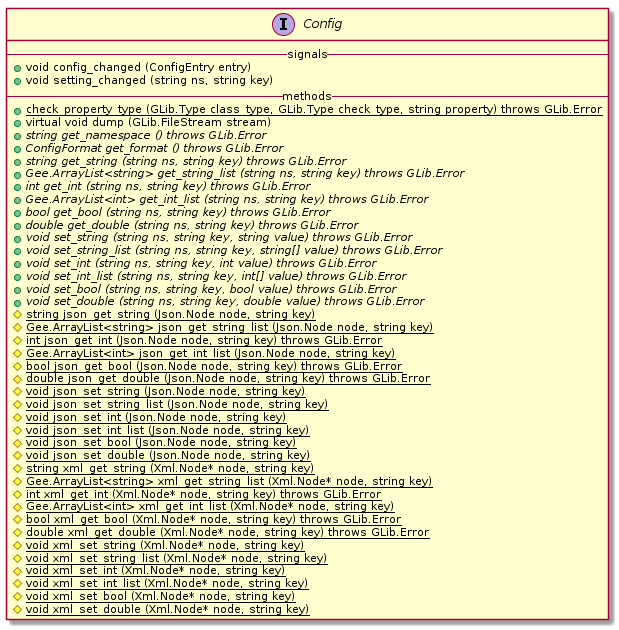
The PlantUML diagram report/figures/design/class/core/config.png in geoffjay/comp8506-docs, before a commit. The source it was exported from:
```plantuml
@startuml
interface Config {
    -- signals --
    +void config_changed (ConfigEntry entry)
    +void setting_changed (string ns, string key)
    -- methods --
    +{static} check_property_type (GLib.Type class_type, GLib.Type check_type, string property) throws GLib.Error
    +virtual void dump (GLib.FileStream stream)
    +{abstract} string get_namespace () throws GLib.Error
    +{abstract} ConfigFormat get_format () throws GLib.Error
    +{abstract} string get_string (string ns, string key) throws GLib.Error
    +{abstract} Gee.ArrayList<string> get_string_list (string ns, string key) throws GLib.Error
    +{abstract} int get_int (string ns, string key) throws GLib.Error
    +{abstract} Gee.ArrayList<int> get_int_list (string ns, string key) throws GLib.Error
    +{abstract} bool get_bool (string ns, string key) throws GLib.Error
    +{abstract} double get_double (string ns, string key) throws GLib.Error
    +{abstract} void set_string (string ns, string key, string value) throws GLib.Error
    +{abstract} void set_string_list (string ns, string key, string[] value) throws GLib.Error
    +{abstract} void set_int (string ns, string key, int value) throws GLib.Error
    +{abstract} void set_int_list (string ns, string key, int[] value) throws GLib.Error
    +{abstract} void set_bool (string ns, string key, bool value) throws GLib.Error
    +{abstract} void set_double (string ns, string key, double value) throws GLib.Error
    #{static} string json_get_string (Json.Node node, string key)
    #{static} Gee.ArrayList<string> json_get_string_list (Json.Node node, string key)
    #{static} int json_get_int (Json.Node node, string key) throws GLib.Error
    #{static} Gee.ArrayList<int> json_get_int_list (Json.Node node, string key)
    #{static} bool json_get_bool (Json.Node node, string key) throws GLib.Error
    #{static} double json_get_double (Json.Node node, string key) throws GLib.Error
    #{static} void json_set_string (Json.Node node, string key)
    #{static} void json_set_string_list (Json.Node node, string key)
    #{static} void json_set_int (Json.Node node, string key)
    #{static} void json_set_int_list (Json.Node node, string key)
    #{static} void json_set_bool (Json.Node node, string key)
    #{static} void json_set_double (Json.Node node, string key)
    #{static} string xml_get_string (Xml.Node* node, string key)
    #{static} Gee.ArrayList<string> xml_get_string_list (Xml.Node* node, string key)
    #{static} int xml_get_int (Xml.Node* node, string key) throws GLib.Error
    #{static} Gee.ArrayList<int> xml_get_int_list (Xml.Node* node, string key)
    #{static} bool xml_get_bool (Xml.Node* node, string key) throws GLib.Error
    #{static} double xml_get_double (Xml.Node* node, string key) throws GLib.Error
    #{static} void xml_set_string (Xml.Node* node, string key)
    #{static} void xml_set_string_list (Xml.Node* node, string key)
    #{static} void xml_set_int (Xml.Node* node, string key)
    #{static} void xml_set_int_list (Xml.Node* node, string key)
    #{static} void xml_set_bool (Xml.Node* node, string key)
    #{static} void xml_set_double (Xml.Node* node, string key)
}
@enduml
```
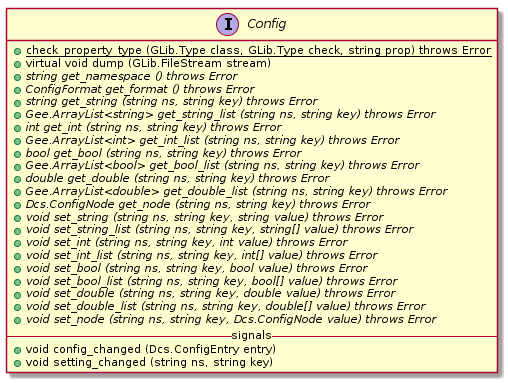
The same file after the commit.

Diff of the diagram source:
```diff
@@ -1,48 +1,30 @@
 @startuml
+hide interface fields
 interface Config {
+    +{static} check_property_type (GLib.Type class, GLib.Type check, string prop) throws Error
+    +virtual void dump (GLib.FileStream stream)
+    +{abstract} string get_namespace () throws Error
+    +{abstract} ConfigFormat get_format () throws Error
+    +{abstract} string get_string (string ns, string key) throws Error
+    +{abstract} Gee.ArrayList<string> get_string_list (string ns, string key) throws Error
+    +{abstract} int get_int (string ns, string key) throws Error
+    +{abstract} Gee.ArrayList<int> get_int_list (string ns, string key) throws Error
+    +{abstract} bool get_bool (string ns, string key) throws Error
+    +{abstract} Gee.ArrayList<bool> get_bool_list (string ns, string key) throws Error
+    +{abstract} double get_double (string ns, string key) throws Error
+    +{abstract} Gee.ArrayList<double> get_double_list (string ns, string key) throws Error
+    +{abstract} Dcs.ConfigNode get_node (string ns, string key) throws Error
+    +{abstract} void set_string (string ns, string key, string value) throws Error
+    +{abstract} void set_string_list (string ns, string key, string[] value) throws Error
+    +{abstract} void set_int (string ns, string key, int value) throws Error
+    +{abstract} void set_int_list (string ns, string key, int[] value) throws Error
+    +{abstract} void set_bool (string ns, string key, bool value) throws Error
+    +{abstract} void set_bool_list (string ns, string key, bool[] value) throws Error
+    +{abstract} void set_double (string ns, string key, double value) throws Error
+    +{abstract} void set_double_list (string ns, string key, double[] value) throws Error
+    +{abstract} void set_node (string ns, string key, Dcs.ConfigNode value) throws Error
     -- signals --
-    +void config_changed (ConfigEntry entry)
+    +void config_changed (Dcs.ConfigEntry entry)
     +void setting_changed (string ns, string key)
-    -- methods --
-    +{static} check_property_type (GLib.Type class_type, GLib.Type check_type, string property) throws GLib.Error
-    +virtual void dump (GLib.FileStream stream)
-    +{abstract} string get_namespace () throws GLib.Error
-    +{abstract} ConfigFormat get_format () throws GLib.Error
-    +{abstract} string get_string (string ns, string key) throws GLib.Error
-    +{abstract} Gee.ArrayList<string> get_string_list (string ns, string key) throws GLib.Error
-    +{abstract} int get_int (string ns, string key) throws GLib.Error
-    +{abstract} Gee.ArrayList<int> get_int_list (string ns, string key) throws GLib.Error
-    +{abstract} bool get_bool (string ns, string key) throws GLib.Error
-    +{abstract} double get_double (string ns, string key) throws GLib.Error
-    +{abstract} void set_string (string ns, string key, string value) throws GLib.Error
-    +{abstract} void set_string_list (string ns, string key, string[] value) throws GLib.Error
-    +{abstract} void set_int (string ns, string key, int value) throws GLib.Error
-    +{abstract} void set_int_list (string ns, string key, int[] value) throws GLib.Error
-    +{abstract} void set_bool (string ns, string key, bool value) throws GLib.Error
-    +{abstract} void set_double (string ns, string key, double value) throws GLib.Error
-    #{static} string json_get_string (Json.Node node, string key)
-    #{static} Gee.ArrayList<string> json_get_string_list (Json.Node node, string key)
-    #{static} int json_get_int (Json.Node node, string key) throws GLib.Error
-    #{static} Gee.ArrayList<int> json_get_int_list (Json.Node node, string key)
-    #{static} bool json_get_bool (Json.Node node, string key) throws GLib.Error
-    #{static} double json_get_double (Json.Node node, string key) throws GLib.Error
-    #{static} void json_set_string (Json.Node node, string key)
-    #{static} void json_set_string_list (Json.Node node, string key)
-    #{static} void json_set_int (Json.Node node, string key)
-    #{static} void json_set_int_list (Json.Node node, string key)
-    #{static} void json_set_bool (Json.Node node, string key)
-    #{static} void json_set_double (Json.Node node, string key)
-    #{static} string xml_get_string (Xml.Node* node, string key)
-    #{static} Gee.ArrayList<string> xml_get_string_list (Xml.Node* node, string key)
-    #{static} int xml_get_int (Xml.Node* node, string key) throws GLib.Error
-    #{static} Gee.ArrayList<int> xml_get_int_list (Xml.Node* node, string key)
-    #{static} bool xml_get_bool (Xml.Node* node, string key) throws GLib.Error
-    #{static} double xml_get_double (Xml.Node* node, string key) throws GLib.Error
-    #{static} void xml_set_string (Xml.Node* node, string key)
-    #{static} void xml_set_string_list (Xml.Node* node, string key)
-    #{static} void xml_set_int (Xml.Node* node, string key)
-    #{static} void xml_set_int_list (Xml.Node* node, string key)
-    #{static} void xml_set_bool (Xml.Node* node, string key)
-    #{static} void xml_set_double (Xml.Node* node, string key)
 }
 @enduml
```
